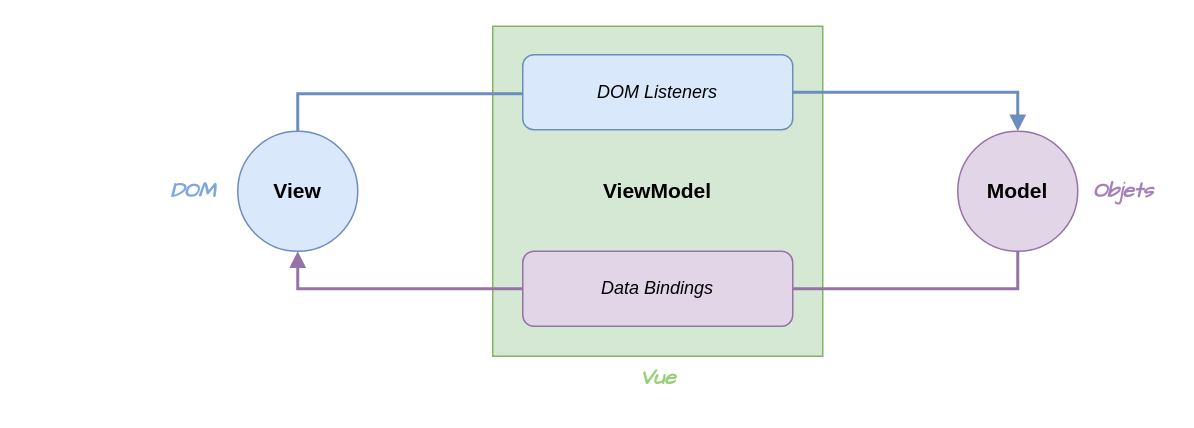
This is Diagramme sans nom.drawio from Mat-gif/TER_Gsociety, a draw.io file, before an edit. Source tidied: cells renumbered, new cells numbered last; positions are measured from the earlier drawing's top-left corner, leaving out a move shared by most shapes. Both pictures are drawn from the tidied source at 150%, with x=0, y=0 at pixel (147, 26).
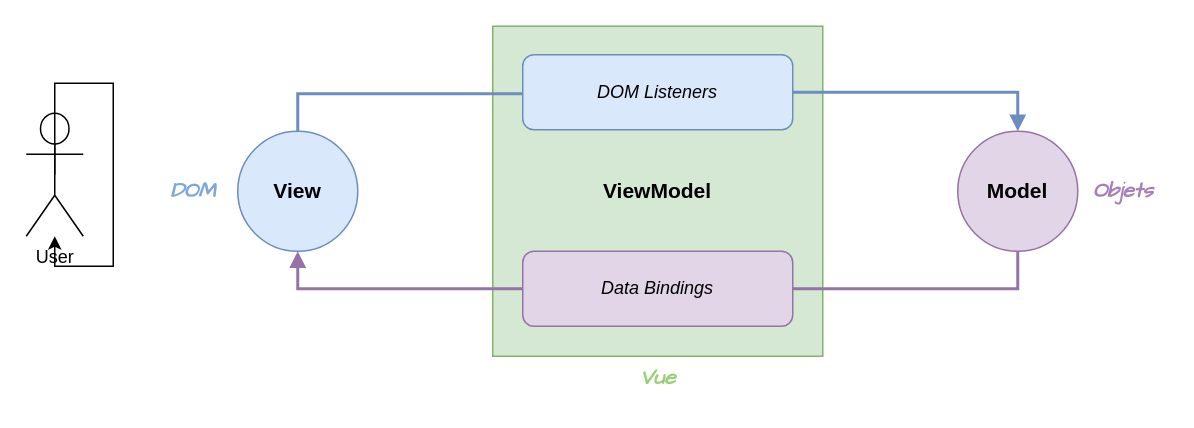
The same diagram, later.

Commit message:
Mettre à jour Diagramme sans nom.drawio

Diff of the diagram source:
```diff
@@
+    <mxCell id="15" value="User" style="shape=umlActor;verticalLabelPosition=bottom;verticalAlign=top;html=1;" parent="1" vertex="1">
+      <mxGeometry x="-81" y="58" width="38" height="82" as="geometry" />
+    </mxCell>
+    <mxCell id="16" style="edgeStyle=orthogonalEdgeStyle;rounded=0;orthogonalLoop=1;jettySize=auto;html=1;exitX=0.5;exitY=0.5;exitDx=0;exitDy=0;exitPerimeter=0;" parent="1" edge="1" source="15" target="15">
+      <mxGeometry relative="1" as="geometry" />
+    </mxCell>
```
